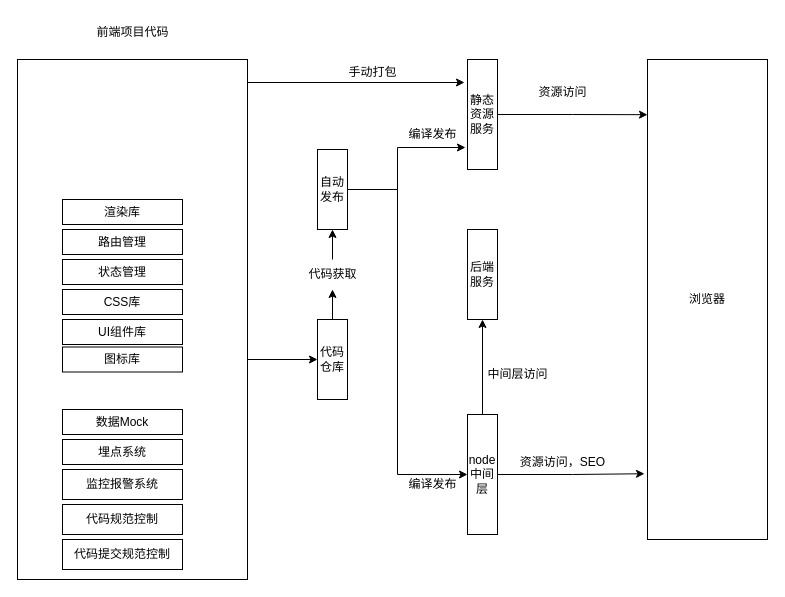
AMSC30/my-blog keeps this draw.io diagram as 未命名绘图.drawio. Above is the earlier version. Source tidied: cells renumbered, new cells numbered last; positions are measured from the earlier drawing's top-left corner, leaving out a move shared by most shapes. Both pictures are drawn from the tidied source at 100%, with x=0, y=0 at pixel (17, 17).
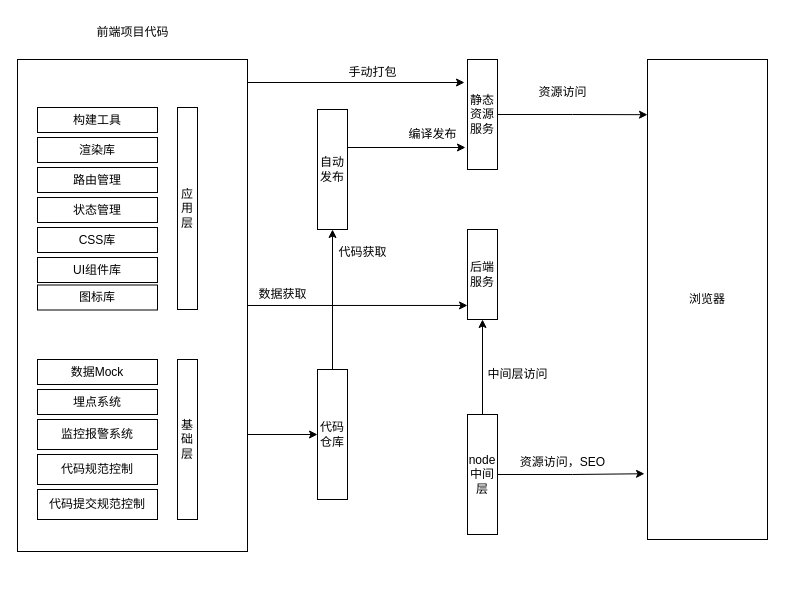
After the change.

Commit message:
更新未命名绘图.drawio

The change refers to these unchanged cells:
```xml
<mxCell id="4" value="后端服务" style="rounded=0;whiteSpace=wrap;html=1;" parent="1" vertex="1">
  <mxGeometry x="450" y="212" width="30" height="90" as="geometry" />
</mxCell>
<mxCell id="7" value="node中间层" style="rounded=0;whiteSpace=wrap;html=1;" parent="1" vertex="1">
  <mxGeometry x="450" y="397" width="30" height="120" as="geometry" />
</mxCell>
<mxCell id="20" value="编译发布" style="text;html=1;align=center;verticalAlign=middle;points=[];strokeColor=none;fillColor=none;" parent="1" vertex="1">
  <mxGeometry x="380" y="102" width="70" height="30" as="geometry" />
</mxCell>
```

The edit, as a diff of the source:
```diff
@@
-    <mxCell id="9" style="edgeStyle=orthogonalEdgeStyle;rounded=0;jettySize=auto;html=1;exitX=0.5;exitY=0;exitDx=0;exitDy=0;entryX=0.5;entryY=1;entryDx=0;entryDy=0;" parent="1" edge="1" source="23" target="13">
-      <mxGeometry relative="1" as="geometry" />
-    </mxCell>
     <mxCell id="10" value="代码仓库" style="rounded=0;whiteSpace=wrap;html=1;" parent="1" vertex="1">
-      <mxGeometry x="300" y="302" width="30" height="80" as="geometry" />
+      <mxGeometry x="300" y="352" width="30" height="130" as="geometry" />
     </mxCell>
-    <mxCell id="11" style="edgeStyle=orthogonalEdgeStyle;rounded=0;jettySize=auto;html=1;exitX=1;exitY=0.5;exitDx=0;exitDy=0;entryX=0;entryY=0.5;entryDx=0;entryDy=0;" parent="1" edge="1" source="13" target="7">
-      <mxGeometry relative="1" as="geometry">
-        <Array as="points">
-          <mxPoint x="380" y="172" />
-          <mxPoint x="380" y="457" />
-        </Array>
-      </mxGeometry>
-    </mxCell>
     <mxCell id="12" style="edgeStyle=orthogonalEdgeStyle;rounded=0;jettySize=auto;html=1;exitX=1;exitY=0.5;exitDx=0;exitDy=0;entryX=0.971;entryY=0.933;entryDx=0;entryDy=0;entryPerimeter=0;" parent="1" edge="1" source="13" target="20">
       <mxGeometry relative="1" as="geometry">
         <Array as="points">
-          <mxPoint x="380" y="172" />
-          <mxPoint x="380" y="130" />
+          <mxPoint x="330" y="130" />
         </Array>
       </mxGeometry>
     </mxCell>
     <mxCell id="13" value="自动发布" style="rounded=0;whiteSpace=wrap;html=1;" parent="1" vertex="1">
-      <mxGeometry x="300" y="132" width="30" height="80" as="geometry" />
+      <mxGeometry x="300" y="92" width="30" height="120" as="geometry" />
     </mxCell>
+    <mxCell id="15" style="edgeStyle=orthogonalEdgeStyle;rounded=0;jettySize=auto;html=1;exitX=1;exitY=0.25;exitDx=0;exitDy=0;" parent="1" edge="1" source="16">
+      <mxGeometry relative="1" as="geometry">
+        <mxPoint x="447" y="65" as="targetPoint" />
+        <Array as="points">
+          <mxPoint x="230" y="65" />
+        </Array>
+      </mxGeometry>
+    </mxCell>
     <mxCell id="14" style="edgeStyle=orthogonalEdgeStyle;rounded=0;jettySize=auto;html=1;exitX=1;exitY=0.75;exitDx=0;exitDy=0;entryX=0;entryY=0.5;entryDx=0;entryDy=0;" parent="1" edge="1" source="16" target="10">
       <mxGeometry relative="1" as="geometry">
         <Array as="points">
-          <mxPoint x="230" y="342" />
+          <mxPoint x="230" y="417" />
         </Array>
       </mxGeometry>
     </mxCell>
-    <mxCell id="15" style="edgeStyle=orthogonalEdgeStyle;rounded=0;jettySize=auto;html=1;exitX=1;exitY=0.25;exitDx=0;exitDy=0;" parent="1" edge="1" source="16">
-      <mxGeometry relative="1" as="geometry">
-        <mxPoint x="447" y="65" as="targetPoint" />
-        <Array as="points">
-          <mxPoint x="230" y="65" />
-        </Array>
-      </mxGeometry>
-    </mxCell>
     <mxCell id="16" style="rounded=0;whiteSpace=wrap;html=1;" parent="1" vertex="1">
-      <mxGeometry y="42" width="230" height="520" as="geometry" />
+      <mxGeometry y="42" width="230" height="492" as="geometry" />
     </mxCell>
@@
-    <mxCell id="22" style="edgeStyle=orthogonalEdgeStyle;rounded=0;jettySize=auto;html=1;exitX=0.5;exitY=0;exitDx=0;exitDy=0;entryX=0.5;entryY=1;entryDx=0;entryDy=0;" parent="1" edge="1" source="10" target="23">
+    <mxCell id="22" style="edgeStyle=orthogonalEdgeStyle;rounded=0;jettySize=auto;html=1;exitX=0.5;exitY=0;exitDx=0;exitDy=0;entryX=0.5;entryY=1;entryDx=0;entryDy=0;" parent="1" edge="1" source="10" target="13">
       <mxGeometry relative="1" as="geometry" />
     </mxCell>
-    <mxCell id="23" value="代码获取" style="text;html=1;align=center;verticalAlign=middle;points=[];strokeColor=none;fillColor=none;" parent="1" vertex="1">
-      <mxGeometry x="280" y="242" width="70" height="30" as="geometry" />
-    </mxCell>
-    <mxCell id="24" value="编译发布" style="text;html=1;align=center;verticalAlign=middle;strokeColor=none;fillColor=none;" parent="1" vertex="1">
-      <mxGeometry x="380" y="452" width="70" height="30" as="geometry" />
-    </mxCell>
     <mxCell id="25" value="埋点系统" style="rounded=0;whiteSpace=wrap;html=1;" parent="1" vertex="1">
-      <mxGeometry x="45" y="422" width="120" height="25" as="geometry" />
+      <mxGeometry x="20" y="372" width="120" height="25" as="geometry" />
     </mxCell>
     <mxCell id="26" value="监控报警系统" style="whiteSpace=wrap;html=1;" parent="1" vertex="1">
-      <mxGeometry x="45" y="452" width="120" height="30" as="geometry" />
+      <mxGeometry x="20" y="402" width="120" height="30" as="geometry" />
     </mxCell>
     <mxCell id="27" value="代码规范控制" style="whiteSpace=wrap;html=1;" parent="1" vertex="1">
-      <mxGeometry x="45" y="487" width="120" height="30" as="geometry" />
+      <mxGeometry x="20" y="437" width="120" height="30" as="geometry" />
     </mxCell>
     <mxCell id="28" value="代码提交规范控制" style="whiteSpace=wrap;html=1;" parent="1" vertex="1">
-      <mxGeometry x="45" y="522" width="120" height="30" as="geometry" />
+      <mxGeometry x="20" y="472" width="120" height="30" as="geometry" />
     </mxCell>
     <mxCell id="29" value="数据Mock" style="rounded=0;whiteSpace=wrap;html=1;" parent="1" vertex="1">
-      <mxGeometry x="45" y="392" width="120" height="25" as="geometry" />
+      <mxGeometry x="20" y="342" width="120" height="25" as="geometry" />
     </mxCell>
     <mxCell id="30" value="图标库" style="rounded=0;whiteSpace=wrap;html=1;" parent="1" vertex="1">
-      <mxGeometry x="45" y="329.5" width="120" height="25" as="geometry" />
+      <mxGeometry x="20" y="267.5" width="120" height="25" as="geometry" />
     </mxCell>
     <mxCell id="31" value="UI组件库" style="rounded=0;whiteSpace=wrap;html=1;" parent="1" vertex="1">
-      <mxGeometry x="45" y="302" width="120" height="25" as="geometry" />
+      <mxGeometry x="20" y="240" width="120" height="25" as="geometry" />
     </mxCell>
     <mxCell id="32" value="CSS库" style="rounded=0;whiteSpace=wrap;html=1;" parent="1" vertex="1">
-      <mxGeometry x="45" y="272" width="120" height="25" as="geometry" />
+      <mxGeometry x="20" y="210" width="120" height="25" as="geometry" />
     </mxCell>
     <mxCell id="33" value="状态管理" style="rounded=0;whiteSpace=wrap;html=1;" parent="1" vertex="1">
-      <mxGeometry x="45" y="242" width="120" height="25" as="geometry" />
+      <mxGeometry x="20" y="180" width="120" height="25" as="geometry" />
     </mxCell>
     <mxCell id="34" value="路由管理" style="rounded=0;whiteSpace=wrap;html=1;" parent="1" vertex="1">
-      <mxGeometry x="45" y="212" width="120" height="25" as="geometry" />
+      <mxGeometry x="20" y="150" width="120" height="25" as="geometry" />
     </mxCell>
     <mxCell id="35" value="渲染库" style="rounded=0;whiteSpace=wrap;html=1;" parent="1" vertex="1">
-      <mxGeometry x="45" y="182" width="120" height="25" as="geometry" />
+      <mxGeometry x="20" y="120" width="120" height="25" as="geometry" />
     </mxCell>
@@
+    <mxCell id="37" value="构建工具" style="rounded=0;whiteSpace=wrap;html=1;" parent="1" vertex="1">
+      <mxGeometry x="20" y="90" width="120" height="25" as="geometry" />
+    </mxCell>
+    <mxCell id="38" value="应用层" style="rounded=0;whiteSpace=wrap;html=1;" parent="1" vertex="1">
+      <mxGeometry x="160" y="90" width="20" height="202" as="geometry" />
+    </mxCell>
+    <mxCell id="39" value="基础层" style="rounded=0;whiteSpace=wrap;html=1;" parent="1" vertex="1">
+      <mxGeometry x="160" y="342" width="20" height="160" as="geometry" />
+    </mxCell>
+    <mxCell id="40" style="edgeStyle=orthogonalEdgeStyle;rounded=0;jettySize=auto;html=1;exitX=1;exitY=0.5;exitDx=0;exitDy=0;entryX=0;entryY=0.844;entryDx=0;entryDy=0;entryPerimeter=0;" parent="1" edge="1" source="16" target="4">
+      <mxGeometry relative="1" as="geometry" />
+    </mxCell>
+    <mxCell id="23" value="代码获取" style="text;html=1;align=center;verticalAlign=middle;points=[];strokeColor=none;fillColor=none;" parent="1" vertex="1">
+      <mxGeometry x="310" y="220" width="70" height="30" as="geometry" />
+    </mxCell>
+    <mxCell id="41" value="数据获取" style="text;html=1;align=center;verticalAlign=middle;strokeColor=none;fillColor=none;" parent="1" vertex="1">
+      <mxGeometry x="230" y="262" width="70" height="30" as="geometry" />
+    </mxCell>
```
